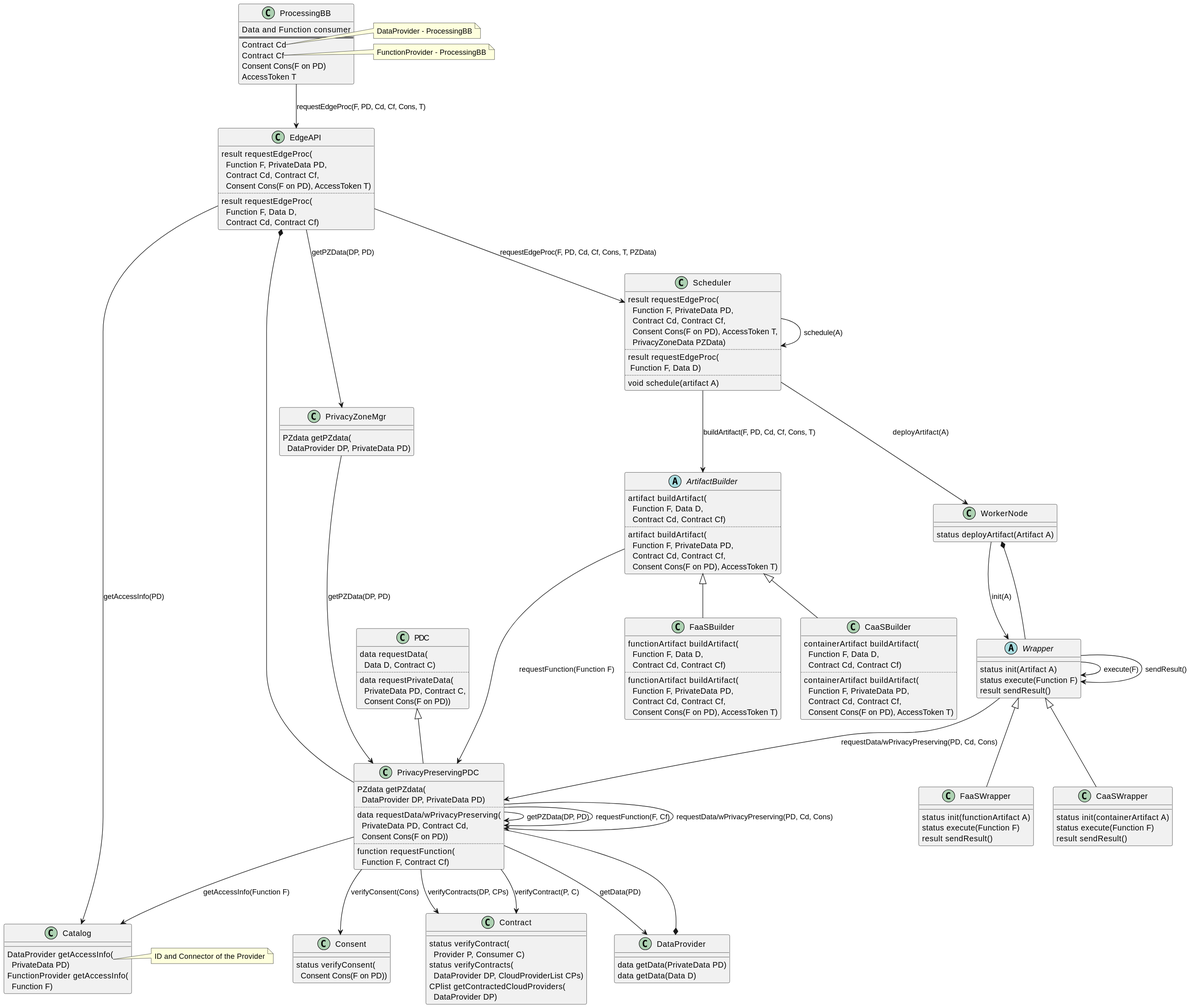
This is docs/diagrams/edge-computing-bb-class-diag.svg from Prometheus-X-association/edge-computing, a PlantUML export, as it was before one commit.
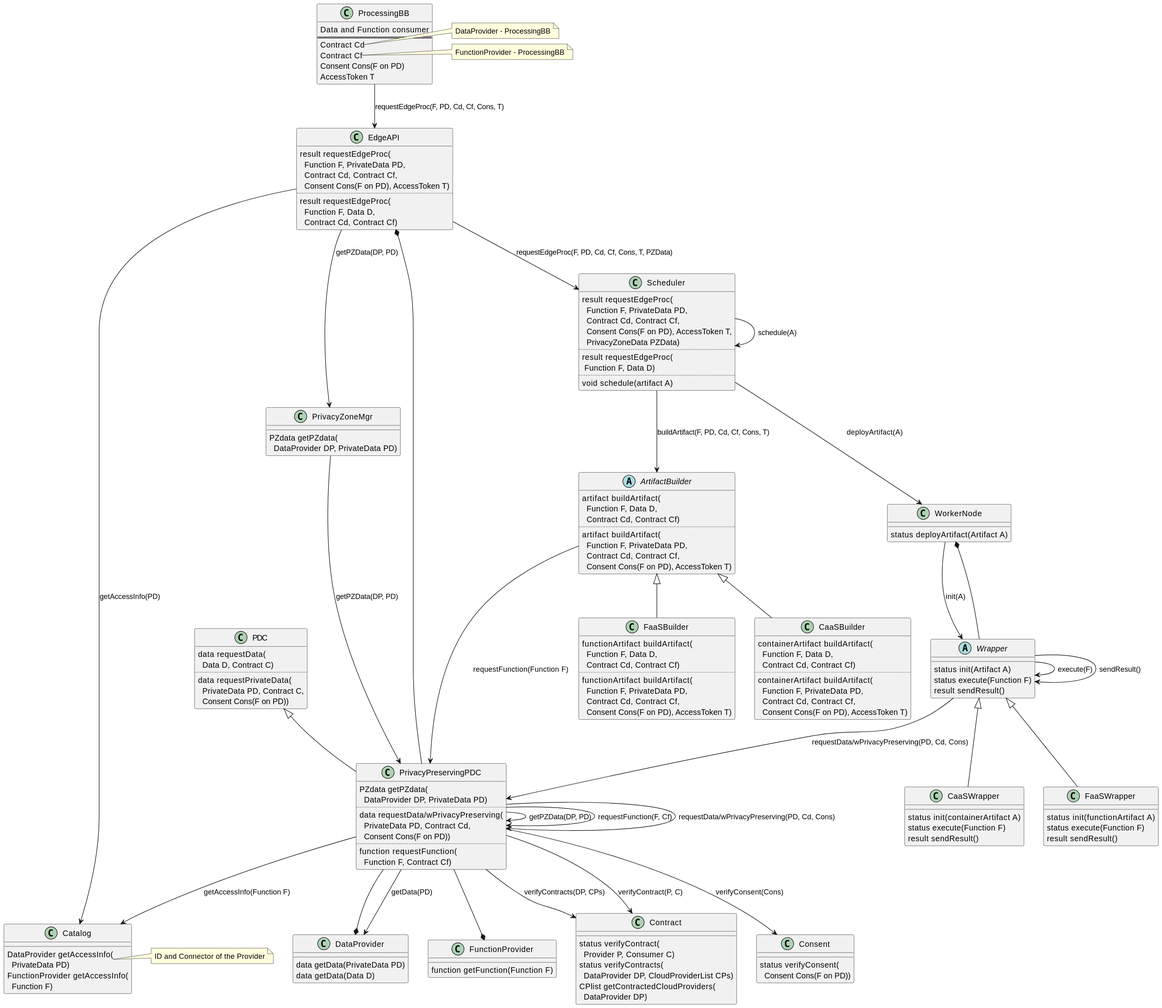
Later version of the same file.

Commit message:
update class diagram

The edit, as a diff of the source:
```diff
@@ -37,6 +37,9 @@
 class DataProvider {
     {method} data getData(PrivateData PD)
     {method} data getData(Data D)
+}
+class FunctionProvider {
+    {method} function getFunction(Function F)
 }
 class ProcessingBB {
     Data and Function consumer
@@ -95,6 +98,7 @@
 }
 
 DataProvider *-- PrivacyPreservingPDC
+FunctionProvider *-- PrivacyPreservingPDC
 EdgeAPI *-- PrivacyPreservingPDC
 
 PDC <|-- PrivacyPreservingPDC
@@ -144,4 +148,6 @@
     class Scheduler
     abstract class Wrapper
 }
+
+DataProvider -[hidden]> FunctionProvider
 @enduml
```
